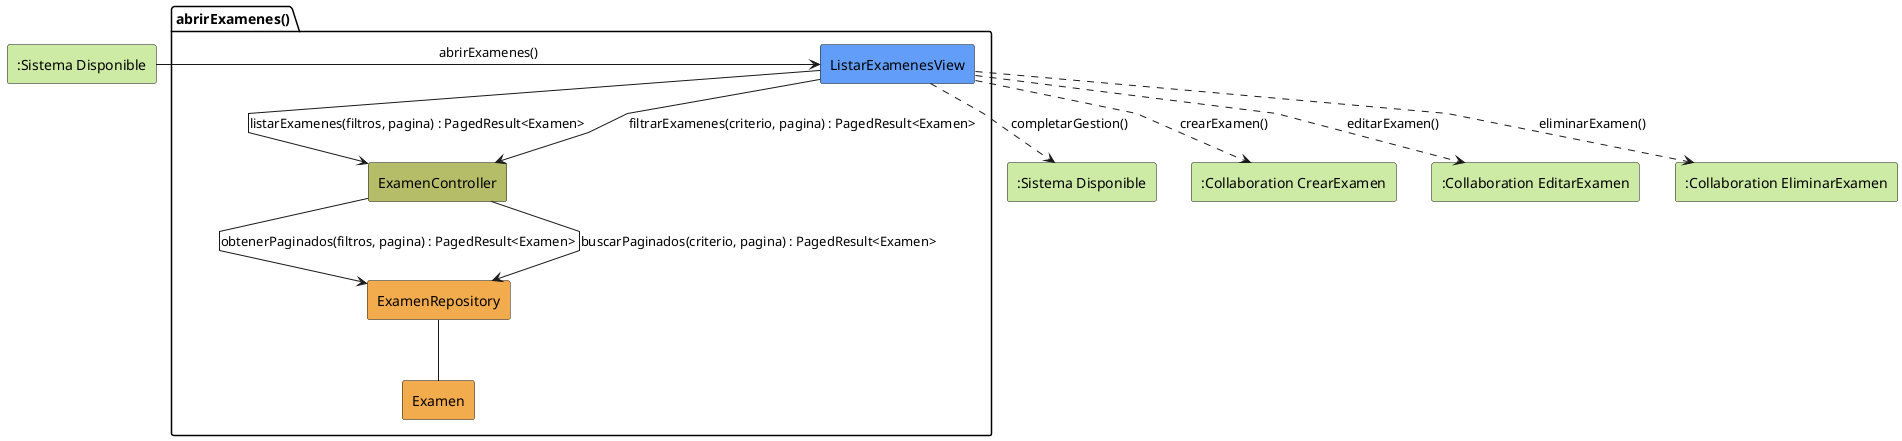
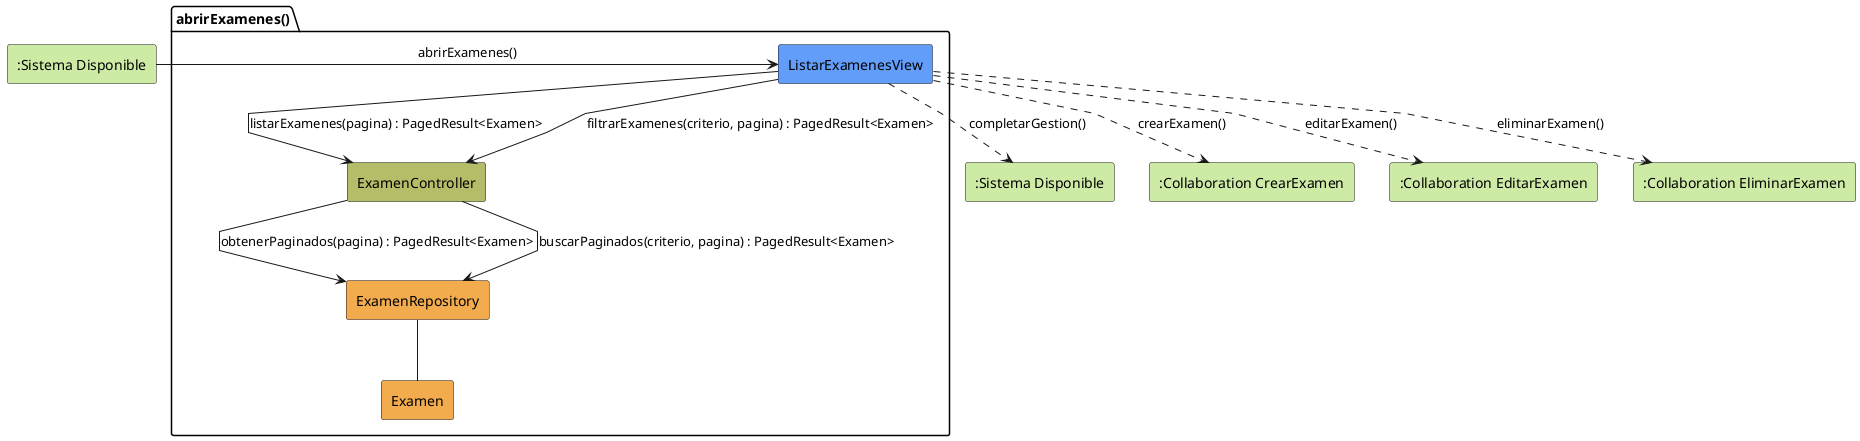
@startuml abrirExamenes-analisis
skinparam linetype polyline

rectangle #CDEBA5 ":Sistema Disponible" as SistemaDisponible

package abrirExamenes as "abrirExamenes()" {
    rectangle #629EF9 ListarExamenesView
    rectangle #b5bd68 ExamenController
    rectangle #F2AC4E ExamenRepository
    rectangle #F2AC4E Examen
}

rectangle #CDEBA5 ":Sistema Disponible" as SistemaDisponibleSalida
rectangle #CDEBA5 ":Collaboration CrearExamen" as CrearExamen
rectangle #CDEBA5 ":Collaboration EditarExamen" as EditarExamen
rectangle #CDEBA5 ":Collaboration EliminarExamen" as EliminarExamen

SistemaDisponible -r-> ListarExamenesView: abrirExamenes()

- ListarExamenesView -d-> ExamenController: listarExamenes(filtros, pagina) : PagedResult<Examen>
+ ListarExamenesView -d-> ExamenController: listarExamenes(pagina) : PagedResult<Examen>

- ExamenController --> ExamenRepository: obtenerPaginados(filtros, pagina) : PagedResult<Examen>
+ ExamenController --> ExamenRepository: obtenerPaginados(pagina) : PagedResult<Examen>

ExamenRepository -- Examen

ListarExamenesView --> ExamenController: filtrarExamenes(criterio, pagina) : PagedResult<Examen>

ExamenController --> ExamenRepository: buscarPaginados(criterio, pagina) : PagedResult<Examen>

ListarExamenesView ..> SistemaDisponibleSalida: completarGestion()
ListarExamenesView ..> CrearExamen: crearExamen()
ListarExamenesView ..> EditarExamen: editarExamen()
ListarExamenesView ..> EliminarExamen: eliminarExamen()

@enduml
